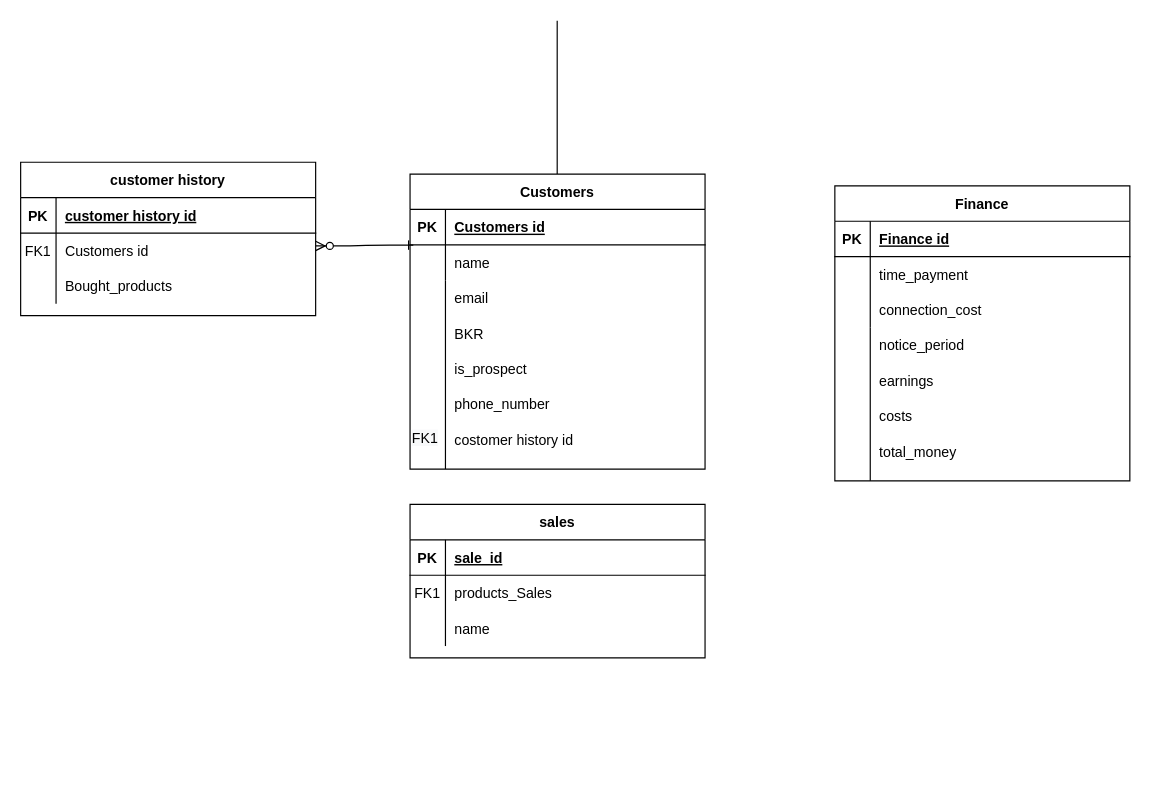
This is ERD.drawio from NickSchoenmakers/Barroc-Intens-App, a draw.io file, before an edit. Source tidied: cells renumbered, new cells numbered last; positions are measured from the earlier drawing's top-left corner, leaving out a move shared by most shapes. Both pictures are drawn from the tidied source at 118%, with x=0, y=0 at pixel (20, 20).
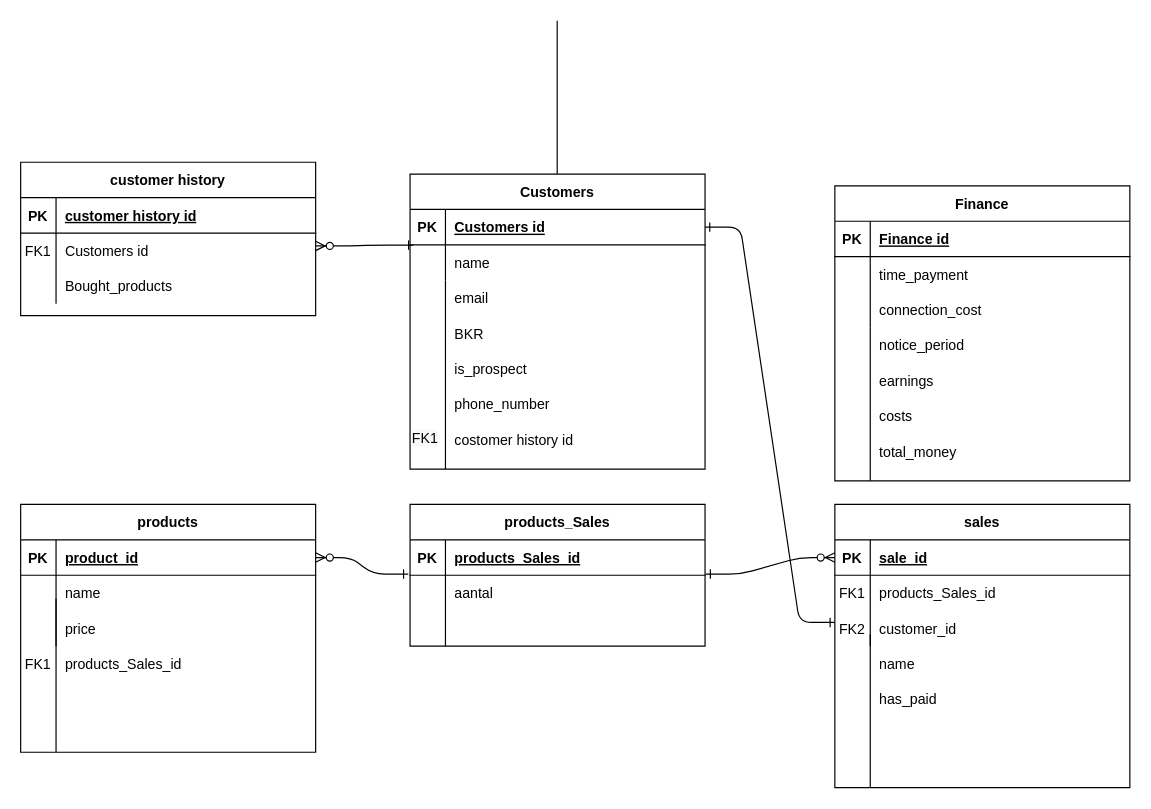
The same page after the edit.

Commit message:
EDR product sales en koppeltabel toegevoegd

The change refers to these unchanged cells:
```xml
<mxCell id="23" style="shape=partialRectangle;fillColor=none;points=[[0,0.5],[1,0.5]];portConstraint=eastwest;top=0;left=0;right=0;bottom=1;" parent="22" vertex="1">
  <mxGeometry y="30" width="250" height="30" as="geometry" />
</mxCell>
<mxCell id="45" style="shape=partialRectangle;fillColor=none;points=[[0,0.5],[1,0.5]];portConstraint=eastwest;top=0;left=0;right=0;bottom=1;" parent="44" vertex="1">
  <mxGeometry y="30" width="250" height="30" as="geometry" />
</mxCell>
<mxCell id="48" style="shape=partialRectangle;fillColor=none;top=0;left=0;right=0;bottom=0;" parent="44" vertex="1">
  <mxGeometry y="60" width="250" height="30" as="geometry" />
</mxCell>
<mxCell id="51" style="shape=partialRectangle;fillColor=none;top=0;left=0;right=0;bottom=0;" parent="44" vertex="1">
  <mxGeometry y="90" width="250" height="30" as="geometry" />
</mxCell>
```

Change to the diagram source:
```diff
@@
     <mxCell id="44" value="sales" style="shape=table;startSize=30;childLayout=tableLayout;rowLines=0;fontStyle=1;align=center;" parent="1" vertex="1">
-      <mxGeometry x="330" y="410" width="250" height="130" as="geometry" />
+      <mxGeometry x="690" y="410" width="250" height="240" as="geometry" />
     </mxCell>
@@
-    <mxCell id="50" value="products_Sales" style="shape=partialRectangle;overflow=hidden;fillColor=none;top=0;left=0;bottom=0;right=0;align=left;spacingLeft=6;" parent="48" vertex="1">
+    <mxCell id="50" value="products_Sales_id" style="shape=partialRectangle;overflow=hidden;fillColor=none;top=0;left=0;bottom=0;right=0;align=left;spacingLeft=6;" parent="48" vertex="1">
       <mxGeometry x="30" width="220" height="30" as="geometry" />
     </mxCell>
@@
-    <mxCell id="53" value="name" style="shape=partialRectangle;overflow=hidden;fillColor=none;top=0;left=0;bottom=0;right=0;align=left;spacingLeft=6;" parent="51" vertex="1">
+    <mxCell id="53" value="customer_id" style="shape=partialRectangle;overflow=hidden;fillColor=none;top=0;left=0;bottom=0;right=0;align=left;spacingLeft=6;" parent="51" vertex="1">
       <mxGeometry x="30" width="220" height="30" as="geometry" />
     </mxCell>
+    <mxCell id="54" value="products" style="shape=table;startSize=30;childLayout=tableLayout;rowLines=0;fontStyle=1;align=center;" parent="1" vertex="1">
+      <mxGeometry y="410" width="250" height="210" as="geometry" />
+    </mxCell>
+    <mxCell id="55" style="shape=partialRectangle;fillColor=none;points=[[0,0.5],[1,0.5]];portConstraint=eastwest;top=0;left=0;right=0;bottom=1;" parent="54" vertex="1">
+      <mxGeometry y="30" width="250" height="30" as="geometry" />
+    </mxCell>
+    <mxCell id="56" value="PK" style="shape=partialRectangle;overflow=hidden;fillColor=none;top=0;left=0;bottom=0;right=0;fontStyle=1;" parent="55" vertex="1">
+      <mxGeometry width="30" height="30" as="geometry" />
+    </mxCell>
+    <mxCell id="57" value="product_id" style="shape=partialRectangle;overflow=hidden;fillColor=none;top=0;left=0;bottom=0;right=0;align=left;spacingLeft=6;fontStyle=5;" parent="55" vertex="1">
+      <mxGeometry x="30" width="220" height="30" as="geometry" />
+    </mxCell>
+    <mxCell id="58" style="shape=partialRectangle;fillColor=none;top=0;left=0;right=0;bottom=0;" parent="54" vertex="1">
+      <mxGeometry y="60" width="250" height="30" as="geometry" />
+    </mxCell>
+    <mxCell id="59" style="shape=partialRectangle;overflow=hidden;fillColor=none;top=0;left=0;bottom=0;right=0;" parent="58" vertex="1">
+      <mxGeometry width="30" height="30" as="geometry" />
+    </mxCell>
+    <mxCell id="60" value="name" style="shape=partialRectangle;overflow=hidden;fillColor=none;top=0;left=0;bottom=0;right=0;align=left;spacingLeft=6;" parent="58" vertex="1">
+      <mxGeometry x="30" width="220" height="30" as="geometry" />
+    </mxCell>
+    <mxCell id="61" style="shape=partialRectangle;fillColor=none;top=0;left=0;right=0;bottom=0;" parent="54" vertex="1">
+      <mxGeometry y="90" width="250" height="30" as="geometry" />
+    </mxCell>
+    <mxCell id="62" style="shape=partialRectangle;overflow=hidden;fillColor=none;top=0;left=0;bottom=0;right=0;" parent="61" vertex="1">
+      <mxGeometry width="30" height="30" as="geometry" />
+    </mxCell>
+    <mxCell id="63" value="price" style="shape=partialRectangle;overflow=hidden;fillColor=none;top=0;left=0;bottom=0;right=0;align=left;spacingLeft=6;" parent="61" vertex="1">
+      <mxGeometry x="30" width="220" height="30" as="geometry" />
+    </mxCell>
+    <mxCell id="64" style="endArrow=none;html=1;rounded=0;" parent="1" edge="1">
+      <mxGeometry relative="1" as="geometry">
+        <mxPoint x="720" y="650" as="sourcePoint" />
+        <mxPoint x="720" y="520" as="targetPoint" />
+      </mxGeometry>
+    </mxCell>
+    <mxCell id="65" value="FK2" style="shape=partialRectangle;overflow=hidden;fillColor=none;top=0;left=0;bottom=0;right=0;" parent="1" vertex="1">
+      <mxGeometry x="690" y="500" width="30" height="30" as="geometry" />
+    </mxCell>
+    <mxCell id="66" value="name" style="shape=partialRectangle;overflow=hidden;fillColor=none;top=0;left=0;bottom=0;right=0;align=left;spacingLeft=6;" parent="1" vertex="1">
+      <mxGeometry x="720" y="530" width="220" height="30" as="geometry" />
+    </mxCell>
+    <mxCell id="67" value="has_paid" style="shape=partialRectangle;overflow=hidden;fillColor=none;top=0;left=0;bottom=0;right=0;align=left;spacingLeft=6;" parent="1" vertex="1">
+      <mxGeometry x="720" y="560" width="220" height="30" as="geometry" />
+    </mxCell>
+    <mxCell id="68" value="products_Sales" style="shape=table;startSize=30;childLayout=tableLayout;rowLines=0;fontStyle=1;align=center;" parent="1" vertex="1">
+      <mxGeometry x="330" y="410" width="250" height="120" as="geometry" />
+    </mxCell>
+    <mxCell id="69" style="shape=partialRectangle;fillColor=none;top=0;left=0;right=0;bottom=1;" parent="68" vertex="1">
+      <mxGeometry y="30" width="250" height="30" as="geometry" />
+    </mxCell>
+    <mxCell id="70" value="PK" style="shape=partialRectangle;overflow=hidden;fillColor=none;top=0;left=0;bottom=0;right=0;fontStyle=1;" parent="69" vertex="1">
+      <mxGeometry width="30" height="30" as="geometry" />
+    </mxCell>
+    <mxCell id="71" value="products_Sales_id" style="shape=partialRectangle;overflow=hidden;fillColor=none;top=0;left=0;bottom=0;right=0;align=left;spacingLeft=6;fontStyle=5;" parent="69" vertex="1">
+      <mxGeometry x="30" width="220" height="30" as="geometry" />
+    </mxCell>
+    <mxCell id="72" style="shape=partialRectangle;fillColor=none;points=[[0,0.5],[1,0.5]];portConstraint=eastwest;top=0;left=0;right=0;bottom=0;" parent="68" vertex="1">
+      <mxGeometry y="60" width="250" height="30" as="geometry" />
+    </mxCell>
+    <mxCell id="73" style="shape=partialRectangle;overflow=hidden;fillColor=none;top=0;left=0;bottom=0;right=0;" parent="72" vertex="1">
+      <mxGeometry width="30" height="30" as="geometry" />
+    </mxCell>
+    <mxCell id="74" value="aantal" style="shape=partialRectangle;overflow=hidden;fillColor=none;top=0;left=0;bottom=0;right=0;align=left;spacingLeft=6;" parent="72" vertex="1">
+      <mxGeometry x="30" width="220" height="30" as="geometry" />
+    </mxCell>
+    <mxCell id="75" style="shape=partialRectangle;fillColor=none;top=0;left=0;right=0;bottom=0;" parent="68" vertex="1">
+      <mxGeometry y="90" width="250" height="30" as="geometry" />
+    </mxCell>
+    <mxCell id="76" style="shape=partialRectangle;overflow=hidden;fillColor=none;top=0;left=0;bottom=0;right=0;" parent="75" vertex="1">
+      <mxGeometry width="30" height="30" as="geometry" />
+    </mxCell>
+    <mxCell id="77" style="shape=partialRectangle;overflow=hidden;fillColor=none;top=0;left=0;bottom=0;right=0;align=left;spacingLeft=6;" parent="75" vertex="1">
+      <mxGeometry x="30" width="220" height="30" as="geometry" />
+    </mxCell>
+    <mxCell id="78" style="endArrow=none;html=1;rounded=0;" parent="1" edge="1">
+      <mxGeometry relative="1" as="geometry">
+        <mxPoint x="30" y="620" as="sourcePoint" />
+        <mxPoint x="30" y="490" as="targetPoint" />
+      </mxGeometry>
+    </mxCell>
+    <mxCell id="79" value="FK1" style="shape=partialRectangle;overflow=hidden;fillColor=none;top=0;left=0;bottom=0;right=0;" parent="1" vertex="1">
+      <mxGeometry y="530" width="30" height="30" as="geometry" />
+    </mxCell>
+    <mxCell id="80" value="products_Sales_id" style="shape=partialRectangle;overflow=hidden;fillColor=none;top=0;left=0;bottom=0;right=0;align=left;spacingLeft=6;" parent="1" vertex="1">
+      <mxGeometry x="30" y="530" width="220" height="30" as="geometry" />
+    </mxCell>
+    <mxCell id="81" style="edgeStyle=entityRelationEdgeStyle;endArrow=ERzeroToMany;startArrow=ERone;endFill=1;startFill=0;exitX=-0.006;exitY=-0.033;exitDx=0;exitDy=0;exitPerimeter=0;entryX=1;entryY=0.5;entryDx=0;entryDy=0;" parent="1" edge="1" source="72" target="55">
+      <mxGeometry relative="1" as="geometry" />
+    </mxCell>
+    <mxCell id="82" style="edgeStyle=entityRelationEdgeStyle;endArrow=ERzeroToMany;startArrow=ERone;endFill=1;startFill=0;exitX=1.002;exitY=-0.033;exitDx=0;exitDy=0;exitPerimeter=0;entryX=0;entryY=0.5;entryDx=0;entryDy=0;" parent="1" edge="1" source="72" target="45">
+      <mxGeometry relative="1" as="geometry" />
+    </mxCell>
+    <mxCell id="83" style="edgeStyle=entityRelationEdgeStyle;endArrow=ERone;startArrow=ERone;endFill=0;startFill=0;exitX=1;exitY=0.5;exitDx=0;exitDy=0;" parent="1" edge="1" source="23">
+      <mxGeometry relative="1" as="geometry">
+        <mxPoint x="690" y="510" as="targetPoint" />
+      </mxGeometry>
+    </mxCell>
```
